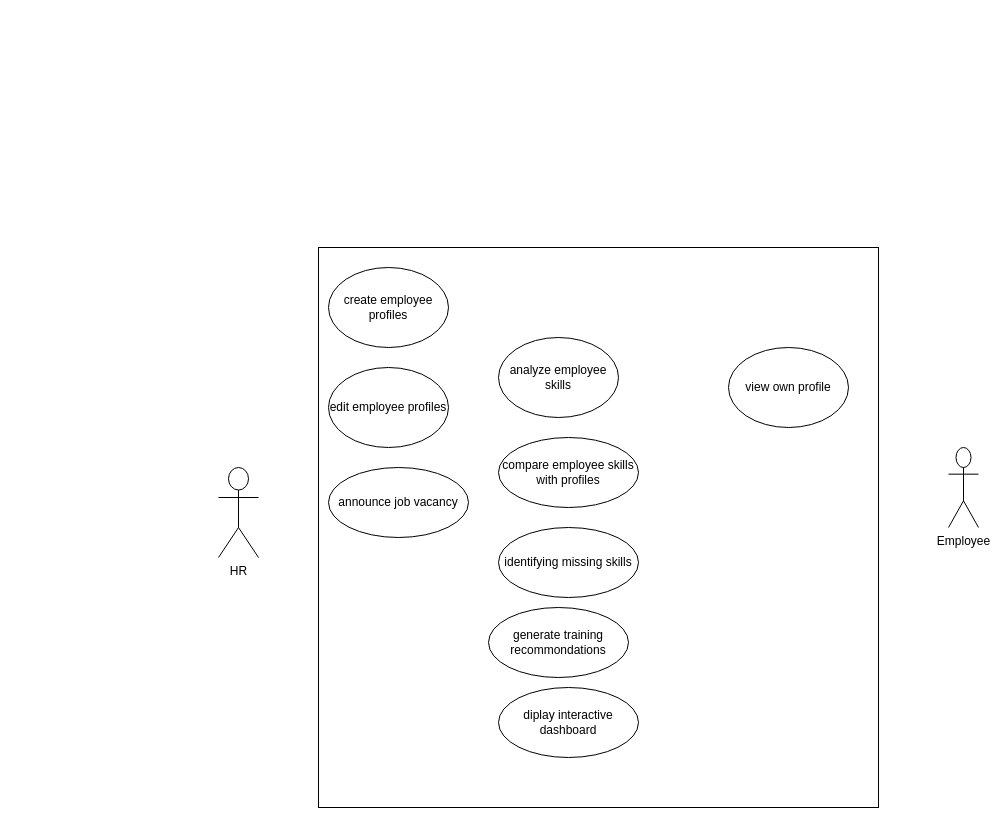
Above: useCase.drawio in rezguirayen/Skillmatch-Pro (draw.io), before the change. Source tidied: cells renumbered, new cells numbered last; positions are measured from the earlier drawing's top-left corner, leaving out a move shared by most shapes. Both pictures are drawn from the tidied source at 100%, with x=0, y=0 at pixel (218, 247).
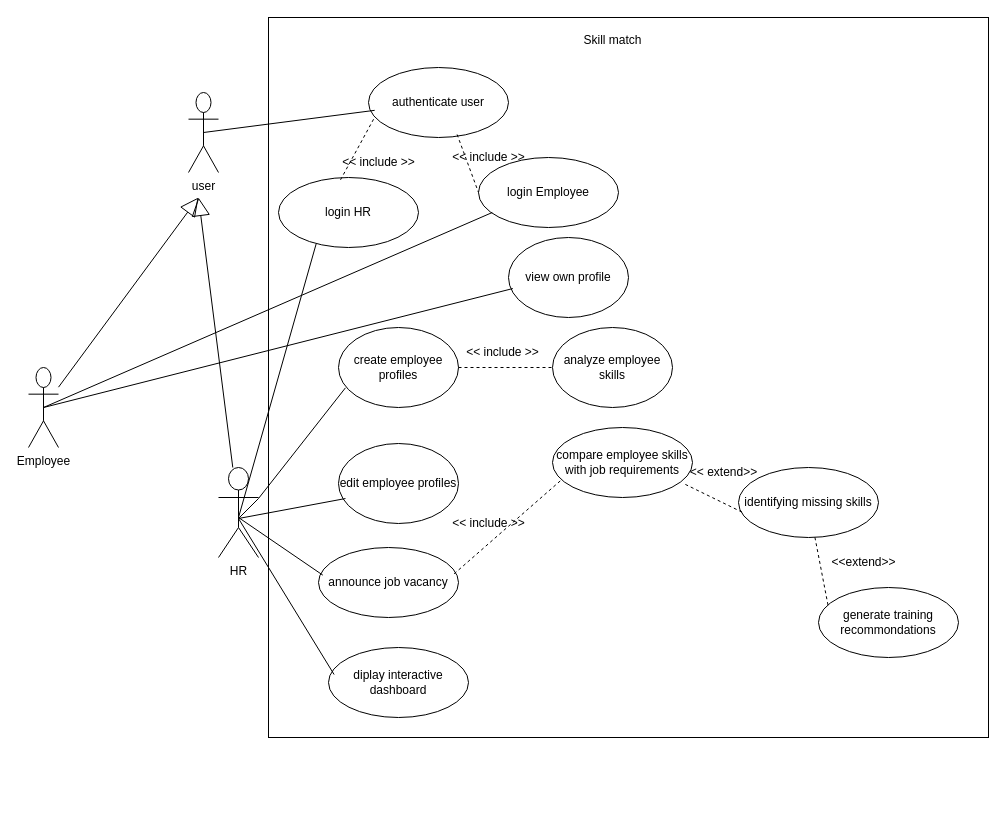
The same page after the edit.

The change refers to these unchanged cells:
```xml
<mxCell id="3" value="HR" style="shape=umlActor;verticalLabelPosition=bottom;verticalAlign=top;html=1;outlineConnect=0;" parent="1" vertex="1">
  <mxGeometry y="220" width="40" height="90" as="geometry" />
</mxCell>
```

Change to the diagram source:
```diff
@@
     <mxCell id="2" style="whiteSpace=wrap;html=1;" parent="1" vertex="1">
-      <mxGeometry x="100" width="560" height="560" as="geometry" />
+      <mxGeometry x="50" y="-230" width="720" height="720" as="geometry" />
     </mxCell>
+    <mxCell id="14" style="edgeStyle=orthogonalEdgeStyle;rounded=0;jettySize=auto;html=1;exitX=0.5;exitY=0.5;exitDx=0;exitDy=0;exitPerimeter=0;" parent="1" edge="1" source="3">
+      <mxGeometry relative="1" as="geometry">
+        <mxPoint x="20" y="265" as="targetPoint" />
+      </mxGeometry>
+    </mxCell>
@@
     <mxCell id="4" value="Employee" style="shape=umlActor;verticalLabelPosition=bottom;verticalAlign=top;html=1;outlineConnect=0;" parent="1" vertex="1">
-      <mxGeometry x="730" y="200" width="30" height="80" as="geometry" />
+      <mxGeometry x="-190" y="120" width="30" height="80" as="geometry" />
     </mxCell>
     <mxCell id="5" value="create employee profiles" style="ellipse;whiteSpace=wrap;html=1;" parent="1" vertex="1">
-      <mxGeometry x="110" y="20" width="120" height="80" as="geometry" />
+      <mxGeometry x="120" y="80" width="120" height="80" as="geometry" />
     </mxCell>
     <mxCell id="6" value="edit employee profiles" style="ellipse;whiteSpace=wrap;html=1;" parent="1" vertex="1">
-      <mxGeometry x="110" y="120" width="120" height="80" as="geometry" />
+      <mxGeometry x="120" y="196" width="120" height="80" as="geometry" />
     </mxCell>
     <mxCell id="7" value="view own profile" style="ellipse;whiteSpace=wrap;html=1;" parent="1" vertex="1">
-      <mxGeometry x="510" y="100" width="120" height="80" as="geometry" />
+      <mxGeometry x="290" y="-10" width="120" height="80" as="geometry" />
     </mxCell>
     <mxCell id="8" value="analyze employee skills" style="ellipse;whiteSpace=wrap;html=1;" parent="1" vertex="1">
-      <mxGeometry x="280" y="90" width="120" height="80" as="geometry" />
+      <mxGeometry x="334" y="80" width="120" height="80" as="geometry" />
     </mxCell>
     <mxCell id="9" value="announce job vacancy" style="ellipse;whiteSpace=wrap;html=1;" parent="1" vertex="1">
-      <mxGeometry x="110" y="220" width="140" height="70" as="geometry" />
+      <mxGeometry x="100" y="300" width="140" height="70" as="geometry" />
     </mxCell>
-    <mxCell id="10" value="compare employee skills with profiles" style="ellipse;whiteSpace=wrap;html=1;" parent="1" vertex="1">
-      <mxGeometry x="280" y="190" width="140" height="70" as="geometry" />
+    <mxCell id="10" value="compare employee skills with job requirements" style="ellipse;whiteSpace=wrap;html=1;" parent="1" vertex="1">
+      <mxGeometry x="334" y="180" width="140" height="70" as="geometry" />
     </mxCell>
     <mxCell id="11" value="identifying missing skills" style="ellipse;whiteSpace=wrap;html=1;" parent="1" vertex="1">
-      <mxGeometry x="280" y="280" width="140" height="70" as="geometry" />
+      <mxGeometry x="520" y="220" width="140" height="70" as="geometry" />
     </mxCell>
     <mxCell id="12" value="generate training recommondations" style="ellipse;whiteSpace=wrap;html=1;" parent="1" vertex="1">
-      <mxGeometry x="270" y="360" width="140" height="70" as="geometry" />
+      <mxGeometry x="600" y="340" width="140" height="70" as="geometry" />
     </mxCell>
     <mxCell id="13" value="diplay interactive dashboard" style="ellipse;whiteSpace=wrap;html=1;" parent="1" vertex="1">
-      <mxGeometry x="280" y="440" width="140" height="70" as="geometry" />
+      <mxGeometry x="110" y="400" width="140" height="70" as="geometry" />
     </mxCell>
+    <mxCell id="15" value="authenticate user" style="ellipse;whiteSpace=wrap;html=1;" parent="1" vertex="1">
+      <mxGeometry x="150" y="-180" width="140" height="70" as="geometry" />
+    </mxCell>
+    <mxCell id="16" value="login HR" style="ellipse;whiteSpace=wrap;html=1;" parent="1" vertex="1">
+      <mxGeometry x="60" y="-70" width="140" height="70" as="geometry" />
+    </mxCell>
+    <mxCell id="17" value="login Employee" style="ellipse;whiteSpace=wrap;html=1;" parent="1" vertex="1">
+      <mxGeometry x="260" y="-90" width="140" height="70" as="geometry" />
+    </mxCell>
+    <mxCell id="18" style="endArrow=none;dashed=1;html=1;rounded=0;entryX=0;entryY=0.5;entryDx=0;entryDy=0;exitX=0.633;exitY=0.957;exitDx=0;exitDy=0;exitPerimeter=0;" parent="1" edge="1" source="15" target="17">
+      <mxGeometry relative="1" as="geometry" />
+    </mxCell>
+    <mxCell id="19" style="endArrow=none;dashed=1;html=1;rounded=0;entryX=0.043;entryY=0.714;entryDx=0;entryDy=0;entryPerimeter=0;exitX=0.443;exitY=0.033;exitDx=0;exitDy=0;exitPerimeter=0;" parent="1" edge="1" source="16" target="15">
+      <mxGeometry relative="1" as="geometry" />
+    </mxCell>
+    <mxCell id="20" value="&amp;lt;&amp;lt; include &amp;gt;&amp;gt;" style="text;html=1;align=center;verticalAlign=middle;strokeColor=none;fillColor=none;" parent="1" vertex="1">
+      <mxGeometry x="110" y="-100" width="100" height="30" as="geometry" />
+    </mxCell>
+    <mxCell id="21" value="&amp;lt;&amp;lt; include &amp;gt;&amp;gt;" style="text;html=1;align=center;verticalAlign=middle;strokeColor=none;fillColor=none;" parent="1" vertex="1">
+      <mxGeometry x="220" y="-105" width="100" height="30" as="geometry" />
+    </mxCell>
+    <mxCell id="22" style="endArrow=none;html=1;rounded=0;entryX=0.058;entryY=0.754;entryDx=0;entryDy=0;entryPerimeter=0;" parent="1" edge="1" target="5">
+      <mxGeometry relative="1" as="geometry">
+        <mxPoint x="20" y="271" as="sourcePoint" />
+        <Array as="points">
+          <mxPoint x="40" y="251" />
+        </Array>
+      </mxGeometry>
+    </mxCell>
+    <mxCell id="23" style="endArrow=none;html=1;rounded=0;entryX=0.058;entryY=0.688;entryDx=0;entryDy=0;entryPerimeter=0;" parent="1" edge="1" target="6">
+      <mxGeometry relative="1" as="geometry">
+        <mxPoint x="20" y="271" as="sourcePoint" />
+      </mxGeometry>
+    </mxCell>
+    <mxCell id="24" style="endArrow=none;html=1;rounded=0;entryX=0.031;entryY=0.395;entryDx=0;entryDy=0;entryPerimeter=0;" parent="1" edge="1" target="9">
+      <mxGeometry relative="1" as="geometry">
+        <mxPoint x="20" y="270" as="sourcePoint" />
+      </mxGeometry>
+    </mxCell>
+    <mxCell id="25" style="endArrow=none;html=1;rounded=0;entryX=0.04;entryY=0.386;entryDx=0;entryDy=0;entryPerimeter=0;" parent="1" edge="1" target="13">
+      <mxGeometry relative="1" as="geometry">
+        <mxPoint x="20" y="271" as="sourcePoint" />
+      </mxGeometry>
+    </mxCell>
+    <mxCell id="26" style="endArrow=none;html=1;rounded=0;entryX=0.269;entryY=0.948;entryDx=0;entryDy=0;entryPerimeter=0;" parent="1" edge="1" target="16">
+      <mxGeometry relative="1" as="geometry">
+        <mxPoint x="20" y="270" as="sourcePoint" />
+      </mxGeometry>
+    </mxCell>
+    <mxCell id="27" style="endArrow=none;html=1;rounded=0;exitX=0.098;exitY=0.786;exitDx=0;exitDy=0;exitPerimeter=0;entryX=0.5;entryY=0.5;entryDx=0;entryDy=0;entryPerimeter=0;" parent="1" edge="1" source="17" target="4">
+      <mxGeometry relative="1" as="geometry" />
+    </mxCell>
+    <mxCell id="28" style="endArrow=none;html=1;rounded=0;entryX=0.5;entryY=0.5;entryDx=0;entryDy=0;entryPerimeter=0;exitX=0.036;exitY=0.638;exitDx=0;exitDy=0;exitPerimeter=0;" parent="1" edge="1" source="7" target="4">
+      <mxGeometry relative="1" as="geometry" />
+    </mxCell>
+    <mxCell id="29" style="endArrow=none;dashed=1;html=1;rounded=0;exitX=1;exitY=0.5;exitDx=0;exitDy=0;entryX=0;entryY=0.5;entryDx=0;entryDy=0;" parent="1" edge="1" source="5" target="8">
+      <mxGeometry relative="1" as="geometry" />
+    </mxCell>
+    <mxCell id="30" style="endArrow=none;dashed=1;html=1;rounded=0;exitX=0.969;exitY=0.376;exitDx=0;exitDy=0;entryX=0.064;entryY=0.748;entryDx=0;entryDy=0;entryPerimeter=0;exitPerimeter=0;" parent="1" edge="1" source="9" target="10">
+      <mxGeometry relative="1" as="geometry" />
+    </mxCell>
+    <mxCell id="31" style="endArrow=none;dashed=1;html=1;rounded=0;exitX=0.949;exitY=0.813;exitDx=0;exitDy=0;entryX=0.04;entryY=0.652;entryDx=0;entryDy=0;entryPerimeter=0;exitPerimeter=0;" parent="1" edge="1" source="10" target="11">
+      <mxGeometry relative="1" as="geometry" />
+    </mxCell>
+    <mxCell id="32" style="endArrow=none;dashed=1;html=1;rounded=0;entryX=0.069;entryY=0.262;entryDx=0;entryDy=0;entryPerimeter=0;" parent="1" edge="1" source="11" target="12">
+      <mxGeometry relative="1" as="geometry" />
+    </mxCell>
+    <mxCell id="33" value="Skill match" style="text;html=1;align=center;verticalAlign=middle;strokeColor=none;fillColor=none;" parent="1" vertex="1">
+      <mxGeometry x="354" y="-222" width="80" height="30" as="geometry" />
+    </mxCell>
+    <mxCell id="34" value="user" style="shape=umlActor;verticalLabelPosition=bottom;verticalAlign=top;html=1;outlineConnect=0;" parent="1" vertex="1">
+      <mxGeometry x="-30" y="-155" width="30" height="80" as="geometry" />
+    </mxCell>
+    <mxCell id="35" style="endArrow=block;endSize=16;endFill=0;html=1;rounded=0;" parent="1" edge="1" source="4">
+      <mxGeometry relative="1" as="geometry">
+        <mxPoint x="-20" y="-50" as="targetPoint" />
+      </mxGeometry>
+    </mxCell>
+    <mxCell id="36" style="endArrow=block;endSize=16;endFill=0;html=1;rounded=0;" parent="1" edge="1" source="3">
+      <mxGeometry relative="1" as="geometry">
+        <mxPoint x="-20" y="-50" as="targetPoint" />
+      </mxGeometry>
+    </mxCell>
+    <mxCell id="37" value="&amp;lt;&amp;lt; include &amp;gt;&amp;gt;" style="text;html=1;align=center;verticalAlign=middle;strokeColor=none;fillColor=none;" parent="1" vertex="1">
+      <mxGeometry x="220" y="261" width="100" height="30" as="geometry" />
+    </mxCell>
+    <mxCell id="38" value="&amp;lt;&amp;lt; include &amp;gt;&amp;gt;" style="text;html=1;align=center;verticalAlign=middle;strokeColor=none;fillColor=none;" parent="1" vertex="1">
+      <mxGeometry x="234" y="90" width="100" height="30" as="geometry" />
+    </mxCell>
+    <mxCell id="39" value="&amp;lt;&amp;lt;extend&amp;gt;&amp;gt;" style="text;html=1;align=center;verticalAlign=middle;strokeColor=none;fillColor=none;" parent="1" vertex="1">
+      <mxGeometry x="600" y="300" width="90" height="30" as="geometry" />
+    </mxCell>
+    <mxCell id="40" value="&amp;lt;&amp;lt; extend&amp;gt;&amp;gt;" style="text;html=1;align=center;verticalAlign=middle;strokeColor=none;fillColor=none;" parent="1" vertex="1">
+      <mxGeometry x="460" y="210" width="90" height="30" as="geometry" />
+    </mxCell>
+    <mxCell id="41" style="endArrow=none;html=1;rounded=0;exitX=0.5;exitY=0.5;exitDx=0;exitDy=0;exitPerimeter=0;entryX=0.044;entryY=0.612;entryDx=0;entryDy=0;entryPerimeter=0;" parent="1" edge="1" source="34" target="15">
+      <mxGeometry relative="1" as="geometry" />
+    </mxCell>
```
